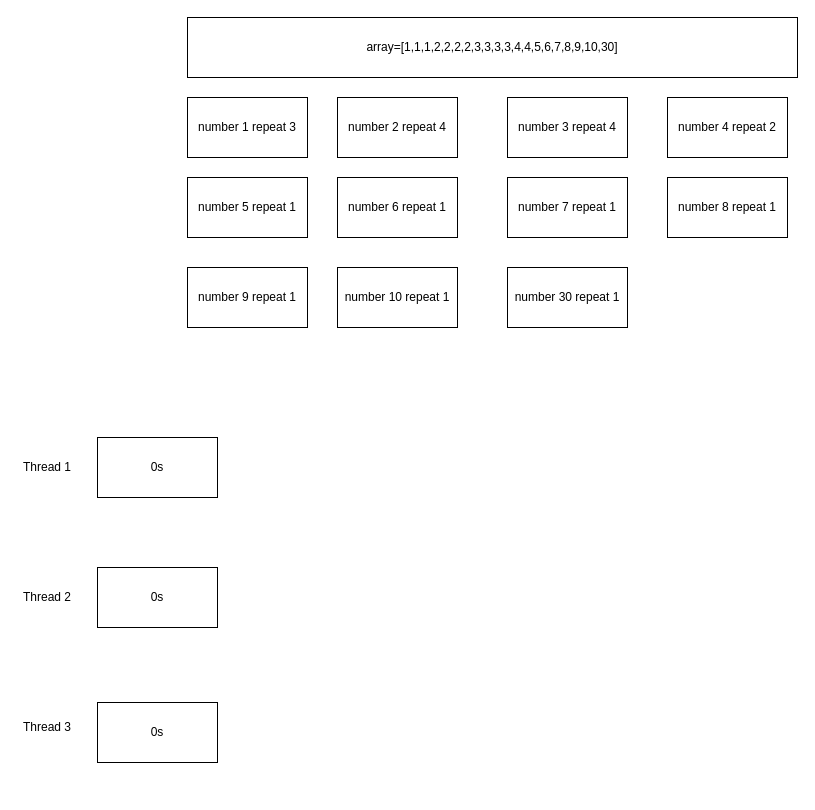
Before: Untitled Diagram.drawio in haanhtuan0147/tailieu, a draw.io diagram. Source tidied: cells renumbered, new cells numbered last; positions are measured from the earlier drawing's top-left corner, leaving out a move shared by most shapes. Both pictures are drawn from the tidied source at 100%, with x=0, y=0 at pixel (17, 17).
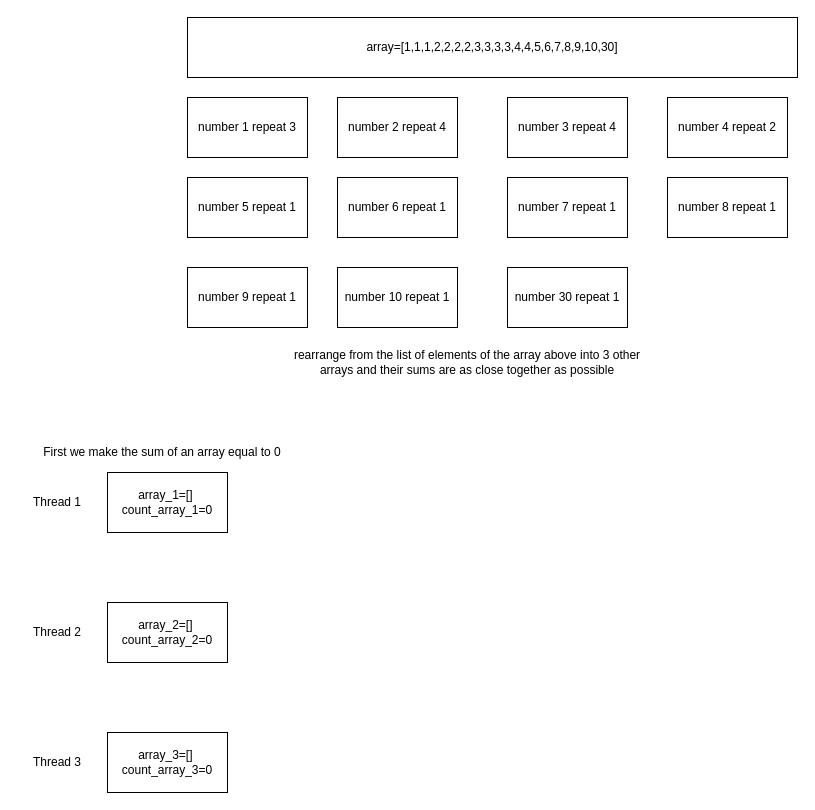
Above is the later version.

Diff of the diagram source:
```diff
@@
     <mxCell id="2" value="Thread 1" style="text;html=1;strokeColor=none;fillColor=none;align=center;verticalAlign=middle;whiteSpace=wrap;rounded=0;" parent="1" vertex="1">
-      <mxGeometry y="435" width="60" height="30" as="geometry" />
+      <mxGeometry x="10" y="470" width="60" height="30" as="geometry" />
     </mxCell>
     <mxCell id="3" value="Thread 2" style="text;html=1;strokeColor=none;fillColor=none;align=center;verticalAlign=middle;whiteSpace=wrap;rounded=0;" parent="1" vertex="1">
-      <mxGeometry y="565" width="60" height="30" as="geometry" />
+      <mxGeometry x="10" y="600" width="60" height="30" as="geometry" />
     </mxCell>
     <mxCell id="4" value="Thread 3" style="text;html=1;strokeColor=none;fillColor=none;align=center;verticalAlign=middle;whiteSpace=wrap;rounded=0;" parent="1" vertex="1">
-      <mxGeometry y="695" width="60" height="30" as="geometry" />
+      <mxGeometry x="10" y="730" width="60" height="30" as="geometry" />
     </mxCell>
-    <mxCell id="5" value="0s" style="rounded=0;whiteSpace=wrap;html=1;" parent="1" vertex="1">
-      <mxGeometry x="80" y="420" width="120" height="60" as="geometry" />
-    </mxCell>
-    <mxCell id="6" value="0s" style="rounded=0;whiteSpace=wrap;html=1;" parent="1" vertex="1">
-      <mxGeometry x="80" y="550" width="120" height="60" as="geometry" />
-    </mxCell>
-    <mxCell id="7" value="0s" style="rounded=0;whiteSpace=wrap;html=1;" parent="1" vertex="1">
-      <mxGeometry x="80" y="685" width="120" height="60" as="geometry" />
-    </mxCell>
@@
+    <mxCell id="20" value="rearrange from the list of elements of the array above into 3 other arrays and their sums are as close together as possible" style="text;html=1;strokeColor=none;fillColor=none;align=center;verticalAlign=middle;whiteSpace=wrap;rounded=0;" parent="1" vertex="1">
+      <mxGeometry x="260" y="330" width="380" height="30" as="geometry" />
+    </mxCell>
+    <mxCell id="21" value="First we make the sum of an array equal to 0" style="text;html=1;strokeColor=none;fillColor=none;align=center;verticalAlign=middle;whiteSpace=wrap;rounded=0;" parent="1" vertex="1">
+      <mxGeometry x="10" y="420" width="270" height="30" as="geometry" />
+    </mxCell>
+    <mxCell id="22" value="array_1=[]&amp;nbsp;&lt;br&gt;count_array_1=0" style="rounded=0;whiteSpace=wrap;html=1;" parent="1" vertex="1">
+      <mxGeometry x="90" y="455" width="120" height="60" as="geometry" />
+    </mxCell>
+    <mxCell id="23" value="array_2=[]&amp;nbsp;&lt;br&gt;count_array_2=0" style="rounded=0;whiteSpace=wrap;html=1;" parent="1" vertex="1">
+      <mxGeometry x="90" y="585" width="120" height="60" as="geometry" />
+    </mxCell>
+    <mxCell id="24" value="array_3=[]&amp;nbsp;&lt;br&gt;count_array_3=0" style="rounded=0;whiteSpace=wrap;html=1;" parent="1" vertex="1">
+      <mxGeometry x="90" y="715" width="120" height="60" as="geometry" />
+    </mxCell>
```
